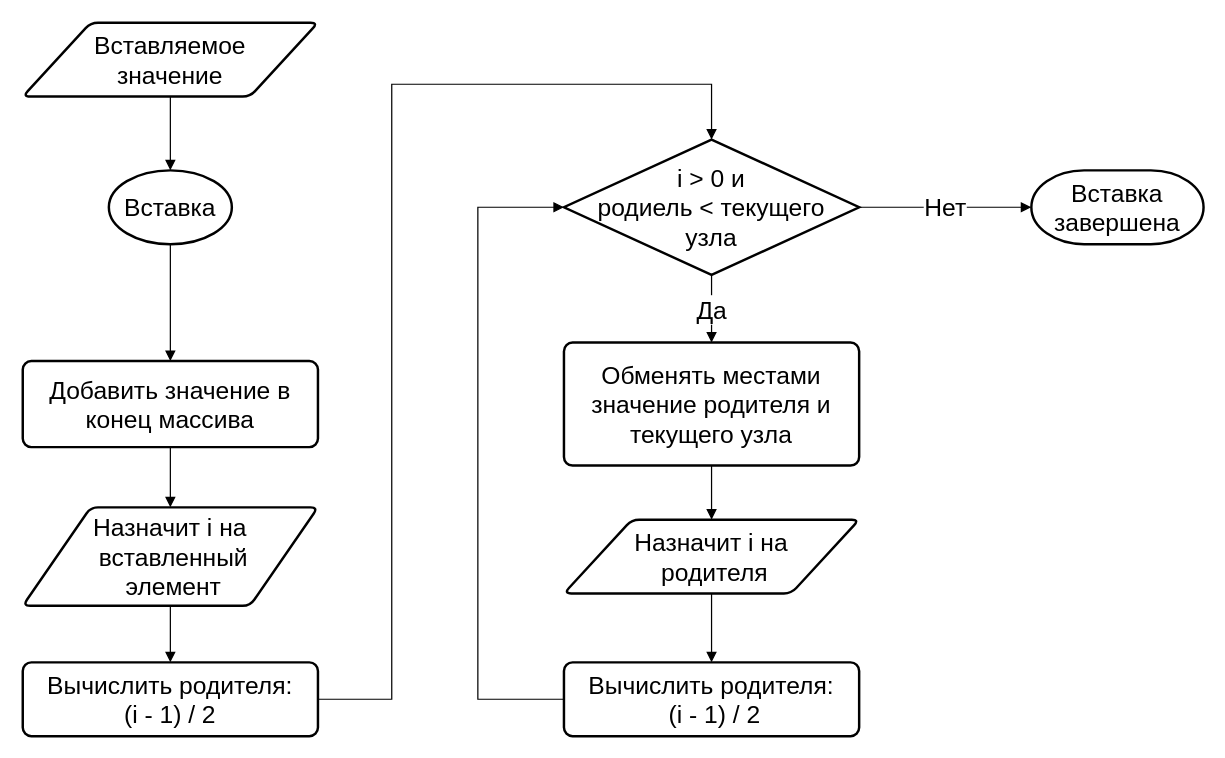
Above: page "Вставка, алгоритм" (4 of 15) of Лекции/2023/8/Кучм.drawio in MUCTR-IKT-CPP/algorithms-2cpp (draw.io), before the change. Source tidied: cells renumbered, new cells numbered last; positions are measured from the earlier drawing's top-left corner, leaving out a move shared by most shapes. Both pictures are drawn from the tidied source at 123%, with x=0, y=0 at pixel (22, 22).
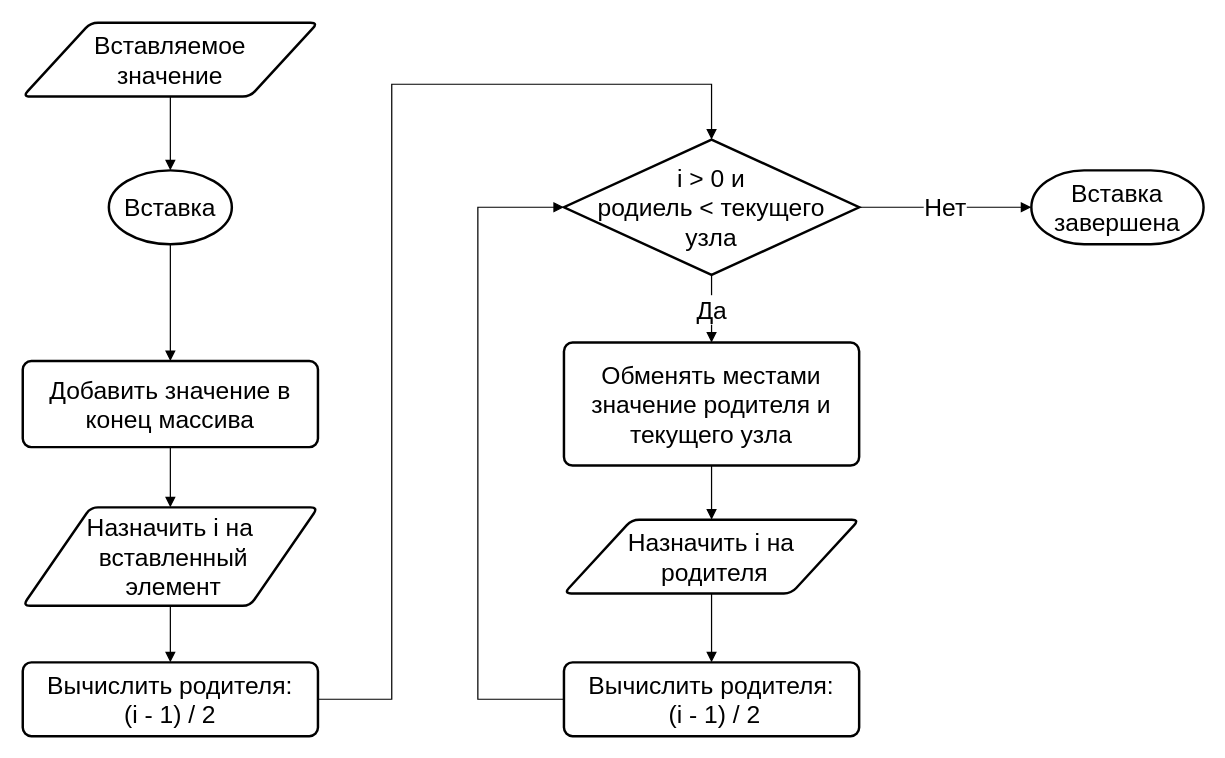
The same diagram, later.

The edit, as a diff of the source:
```diff
@@
-    <mxCell id="9" value="Назначит i на&lt;br&gt;&amp;nbsp;вставленный&lt;br&gt;&amp;nbsp;элемент" style="shape=parallelogram;html=1;strokeWidth=2;perimeter=parallelogramPerimeter;whiteSpace=wrap;rounded=1;arcSize=12;size=0.23;fontSize=20;" parent="1" vertex="1">
+    <mxCell id="9" value="Назначить i на&lt;br&gt;&amp;nbsp;вставленный&lt;br&gt;&amp;nbsp;элемент" style="shape=parallelogram;html=1;strokeWidth=2;perimeter=parallelogramPerimeter;whiteSpace=wrap;rounded=1;arcSize=12;size=0.23;fontSize=20;" parent="1" vertex="1">
       <mxGeometry y="394" width="240" height="80" as="geometry" />
     </mxCell>
@@
-    <mxCell id="18" value="Назначит i на&lt;br&gt;&amp;nbsp;родителя" style="shape=parallelogram;html=1;strokeWidth=2;perimeter=parallelogramPerimeter;whiteSpace=wrap;rounded=1;arcSize=12;size=0.23;fontSize=20;" parent="1" vertex="1">
+    <mxCell id="18" value="Назначить i на&lt;br&gt;&amp;nbsp;родителя" style="shape=parallelogram;html=1;strokeWidth=2;perimeter=parallelogramPerimeter;whiteSpace=wrap;rounded=1;arcSize=12;size=0.23;fontSize=20;" parent="1" vertex="1">
       <mxGeometry x="440" y="404" width="240" height="60" as="geometry" />
     </mxCell>
```
